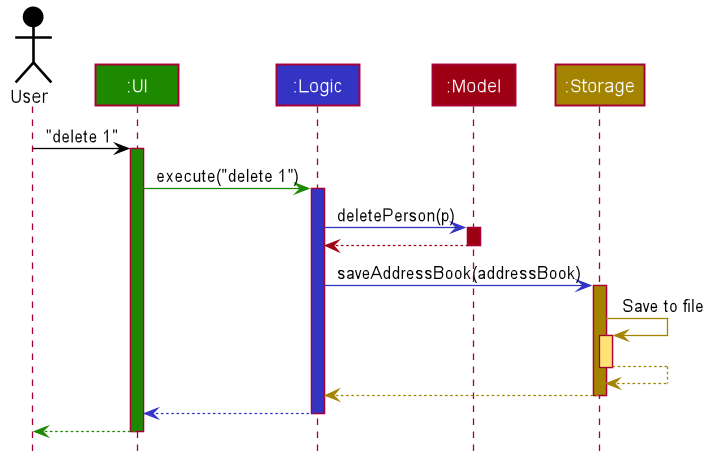
This is docs/images/ArchitectureSequenceDiagram.png from nus-cs2103-AY2223S2/tp, a PlantUML export, as it was before one commit.
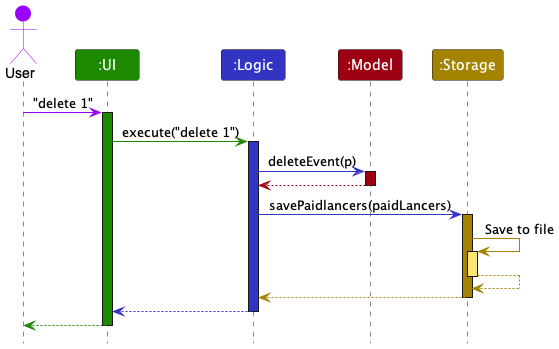
Later version of the same file.

Diff of the diagram source:
```diff
@@ -1,85 +1,38 @@
 @startuml
+!include style.puml
 
+Actor User as user USER_COLOR
+Participant ":UI" as ui UI_COLOR
+Participant ":Logic" as logic LOGIC_COLOR
+Participant ":Model" as model MODEL_COLOR
+Participant ":Storage" as storage STORAGE_COLOR
 
+user -[USER_COLOR]> ui : "delete 1"
+activate ui UI_COLOR
 
+ui -[UI_COLOR]> logic : execute("delete 1")
+activate logic LOGIC_COLOR
 
+logic -[LOGIC_COLOR]> model : deleteEvent(p)
+activate model MODEL_COLOR
 
-
-
-
-skinparam BackgroundColor #FFFFFFF
-
-skinparam Shadowing false
-
-skinparam Class {
-    FontColor #FFFFFF
-    BorderThickness 1
-    BorderColor #FFFFFF
-    StereotypeFontColor #FFFFFF
-    FontName Arial
-}
-
-skinparam Actor {
-    BorderColor #000000
-    Color #000000
-    FontName Arial
-}
-
-skinparam Sequence {
-    MessageAlign center
-    BoxFontSize 15
-    BoxPadding 0
-    BoxFontColor #FFFFFF
-    FontName Arial
-}
-
-skinparam Participant {
-    FontColor #FFFFFFF
-    Padding 20
-}
-
-skinparam MinClassWidth 50
-skinparam ParticipantPadding 10
-skinparam Shadowing false
-skinparam DefaultTextAlignment center
-skinparam packageStyle Rectangle
-
-hide footbox
-hide members
-hide circle
-
-Actor User as user #000000
-Participant ":UI" as ui #1D8900
-Participant ":Logic" as logic #3333C4
-Participant ":Model" as model #9D0012
-Participant ":Storage" as storage #A38300
-
-user -[#000000]> ui : "delete 1"
-activate ui #1D8900
-
-ui -[#1D8900]> logic : execute("delete 1")
-activate logic #3333C4
-
-logic -[#3333C4]> model : deletePerson(p)
-activate model #9D0012
-
-model -[#9D0012]-> logic
+model -[MODEL_COLOR]-> logic
 deactivate model
 
-logic -[#3333C4]> storage : saveAddressBook(addressBook)
-activate storage #A38300
+logic -[LOGIC_COLOR]> storage : savePaidlancers(paidLancers)
+activate storage STORAGE_COLOR
 
-storage -[#A38300]> storage : Save to file
-activate storage #FFE374
-storage --[#A38300]> storage
+storage -[STORAGE_COLOR]> storage : Save to file
+activate storage STORAGE_COLOR_T1
+storage --[STORAGE_COLOR]> storage
 deactivate storage
 
-storage --[#A38300]> logic
+storage --[STORAGE_COLOR]> logic
 deactivate storage
 
-logic --[#3333C4]> ui
+logic --[LOGIC_COLOR]> ui
 deactivate logic
 
-ui--[#1D8900]> user
+ui--[UI_COLOR]> user
 deactivate ui
 @enduml
```
